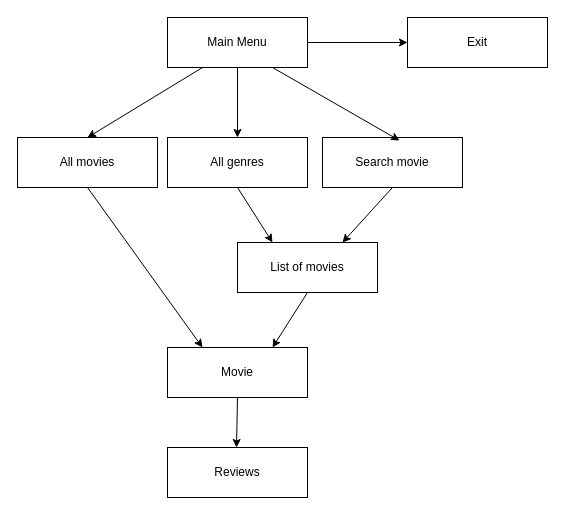
Before: wiki_images/client.drawio in hennaoj/Movie-Rating-System, a draw.io diagram. Source tidied: cells renumbered, new cells numbered last; positions are measured from the earlier drawing's top-left corner, leaving out a move shared by most shapes. Both pictures are drawn from the tidied source at 100%, with x=0, y=0 at pixel (17, 17).
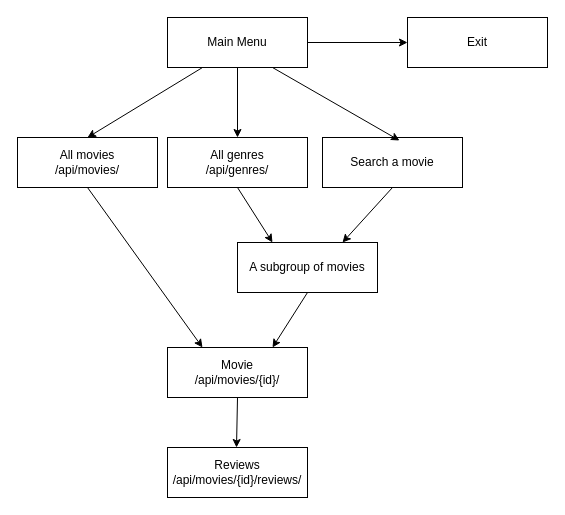
Above is the later version.

The edit, as a diff of the source:
```diff
@@
-    <mxCell id="4" value="All movies" style="whiteSpace=wrap;html=1;" parent="1" vertex="1">
+    <mxCell id="4" value="All movies&lt;br&gt;/api/movies/" style="whiteSpace=wrap;html=1;" parent="1" vertex="1">
       <mxGeometry y="120" width="140" height="50" as="geometry" />
     </mxCell>
-    <mxCell id="5" value="All genres" style="whiteSpace=wrap;html=1;" parent="1" vertex="1">
+    <mxCell id="5" value="All genres&lt;br&gt;/api/genres/" style="whiteSpace=wrap;html=1;" parent="1" vertex="1">
       <mxGeometry x="150" y="120" width="140" height="50" as="geometry" />
     </mxCell>
-    <mxCell id="6" value="Search movie" style="whiteSpace=wrap;html=1;" parent="1" vertex="1">
+    <mxCell id="6" value="Search a movie" style="whiteSpace=wrap;html=1;" parent="1" vertex="1">
       <mxGeometry x="305" y="120" width="140" height="50" as="geometry" />
     </mxCell>
-    <mxCell id="7" value="List of movies" style="rounded=0;whiteSpace=wrap;html=1;" parent="1" vertex="1">
+    <mxCell id="7" value="A subgroup of movies" style="rounded=0;whiteSpace=wrap;html=1;" parent="1" vertex="1">
       <mxGeometry x="220" y="225" width="140" height="50" as="geometry" />
     </mxCell>
-    <mxCell id="8" value="Movie" style="rounded=0;whiteSpace=wrap;html=1;" parent="1" vertex="1">
+    <mxCell id="8" value="Movie&lt;br&gt;/api/movies/{id}/" style="rounded=0;whiteSpace=wrap;html=1;" parent="1" vertex="1">
       <mxGeometry x="150" y="330" width="140" height="50" as="geometry" />
     </mxCell>
-    <mxCell id="9" value="Reviews" style="rounded=0;whiteSpace=wrap;html=1;" parent="1" vertex="1">
+    <mxCell id="9" value="Reviews&lt;br&gt;/api/movies/{id}/reviews/" style="rounded=0;whiteSpace=wrap;html=1;" parent="1" vertex="1">
       <mxGeometry x="150" y="430" width="140" height="50" as="geometry" />
     </mxCell>
```
